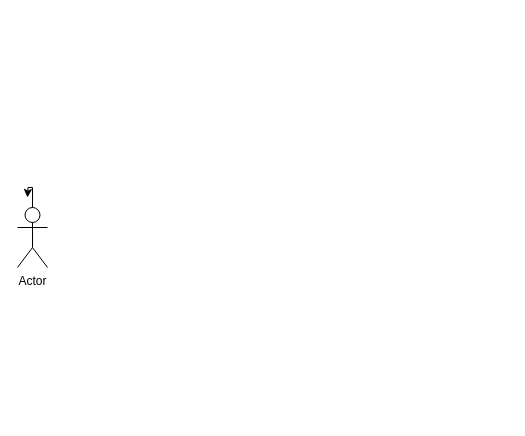
Before: Diagramme_de_contexte_statique.drawio in Adjaro/Modelisation, a draw.io diagram. Source tidied: cells renumbered, new cells numbered last; positions are measured from the earlier drawing's top-left corner, leaving out a move shared by most shapes. Both pictures are drawn from the tidied source at 100%, with x=0, y=0 at pixel (17, 197).
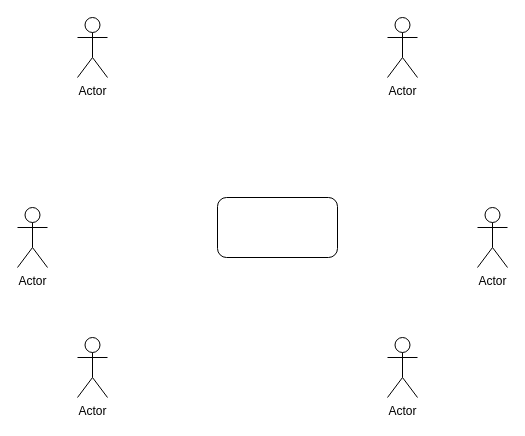
The same diagram, later.

Commit message (it also covers changes not shown here):
Mettre à jour Diagramme_de_contexte_statique.drawio

The edit, as a diff of the source:
```diff
@@
 <mxGraphModel>
   <root>
     <mxCell id="0" />
     <mxCell id="1" parent="0" />
-    <mxCell id="2" style="edgeStyle=orthogonalEdgeStyle;rounded=0;jettySize=auto;html=1;exitX=0.5;exitY=0.5;exitDx=0;exitDy=0;exitPerimeter=0;" parent="1" edge="1" source="3">
-      <mxGeometry relative="1" as="geometry">
-        <mxPoint x="10" as="targetPoint" />
-      </mxGeometry>
-    </mxCell>
     <mxCell id="3" value="Actor" style="shape=umlActor;verticalLabelPosition=bottom;verticalAlign=top;html=1;outlineConnect=0;" parent="1" vertex="1">
       <mxGeometry y="10" width="30" height="60" as="geometry" />
     </mxCell>
+    <mxCell id="4" style="rounded=1;whiteSpace=wrap;html=1;" parent="1" vertex="1">
+      <mxGeometry x="200" width="120" height="60" as="geometry" />
+    </mxCell>
+    <mxCell id="5" value="Actor" style="shape=umlActor;verticalLabelPosition=bottom;verticalAlign=top;html=1;" parent="1" vertex="1">
+      <mxGeometry x="460" y="10" width="30" height="60" as="geometry" />
+    </mxCell>
+    <mxCell id="6" value="Actor" style="shape=umlActor;verticalLabelPosition=bottom;verticalAlign=top;html=1;" parent="1" vertex="1">
+      <mxGeometry x="60" y="-180" width="30" height="60" as="geometry" />
+    </mxCell>
+    <mxCell id="7" value="Actor" style="shape=umlActor;verticalLabelPosition=bottom;verticalAlign=top;html=1;" parent="1" vertex="1">
+      <mxGeometry x="60" y="140" width="30" height="60" as="geometry" />
+    </mxCell>
+    <mxCell id="8" value="Actor" style="shape=umlActor;verticalLabelPosition=bottom;verticalAlign=top;html=1;" parent="1" vertex="1">
+      <mxGeometry x="370" y="-180" width="30" height="60" as="geometry" />
+    </mxCell>
+    <mxCell id="9" value="Actor" style="shape=umlActor;verticalLabelPosition=bottom;verticalAlign=top;html=1;" parent="1" vertex="1">
+      <mxGeometry x="370" y="140" width="30" height="60" as="geometry" />
+    </mxCell>
   </root>
 </mxGraphModel>
```
